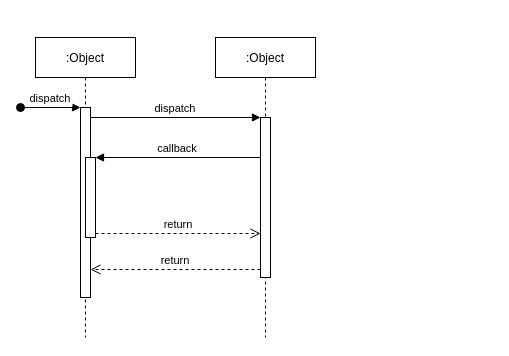
Before: src/main/resources/documentation/ds-create-task.drawio in hermscoder/taskme-app, a draw.io diagram. Source tidied: cells renumbered, new cells numbered last; positions are measured from the earlier drawing's top-left corner, leaving out a move shared by most shapes. Both pictures are drawn from the tidied source at 100%, with x=0, y=0 at pixel (20, 37).
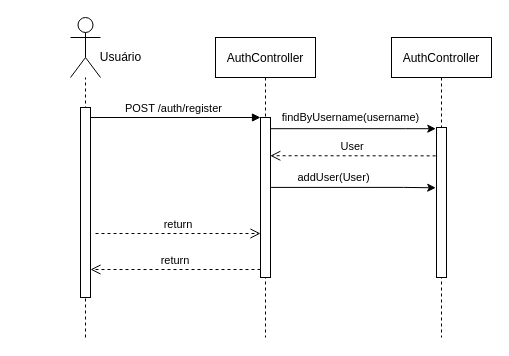
The same diagram, later.

The change refers to these unchanged cells:
```xml
<mxCell id="7" style="points=[];perimeter=orthogonalPerimeter;rounded=0;shadow=0;strokeWidth=1;" parent="6" vertex="1">
  <mxGeometry x="45" y="80" width="10" height="160" as="geometry" />
</mxCell>
```

What changed in the source:
```diff
@@
-    <mxCell id="2" value=":Object" style="shape=umlLifeline;perimeter=lifelinePerimeter;rounded=0;shadow=0;strokeWidth=1;" parent="1" vertex="1">
-      <mxGeometry x="15" width="100" height="300" as="geometry" />
-    </mxCell>
-    <mxCell id="3" style="points=[];perimeter=orthogonalPerimeter;rounded=0;shadow=0;strokeWidth=1;" parent="2" vertex="1">
-      <mxGeometry x="45" y="70" width="10" height="190" as="geometry" />
-    </mxCell>
-    <mxCell id="4" value="dispatch" style="verticalAlign=bottom;startArrow=oval;endArrow=block;startSize=8;shadow=0;strokeWidth=1;" parent="2" edge="1" target="3">
-      <mxGeometry relative="1" as="geometry">
-        <mxPoint x="-15" y="70" as="sourcePoint" />
-      </mxGeometry>
-    </mxCell>
-    <mxCell id="5" style="points=[];perimeter=orthogonalPerimeter;rounded=0;shadow=0;strokeWidth=1;" parent="2" vertex="1">
-      <mxGeometry x="50" y="120" width="10" height="80" as="geometry" />
-    </mxCell>
+    <mxCell id="12" style="endArrow=none;dashed=1;html=1;" parent="1" edge="1">
+      <mxGeometry relative="1" as="geometry">
+        <mxPoint x="65" y="300" as="sourcePoint" />
+        <mxPoint x="65" y="40" as="targetPoint" />
+      </mxGeometry>
+    </mxCell>
-    <mxCell id="6" value=":Object" style="shape=umlLifeline;perimeter=lifelinePerimeter;rounded=0;shadow=0;strokeWidth=1;" parent="1" vertex="1">
+    <mxCell id="6" value="AuthController" style="shape=umlLifeline;perimeter=lifelinePerimeter;rounded=0;shadow=0;strokeWidth=1;" parent="1" vertex="1">
       <mxGeometry x="195" width="100" height="300" as="geometry" />
     </mxCell>
@@
-    <mxCell id="9" value="dispatch" style="verticalAlign=bottom;endArrow=block;entryX=0;entryY=0;shadow=0;strokeWidth=1;" parent="1" edge="1" source="3" target="7">
+    <mxCell id="9" value="POST /auth/register " style="verticalAlign=bottom;endArrow=block;entryX=0;entryY=0;shadow=0;strokeWidth=1;" parent="1" edge="1" source="3" target="7">
       <mxGeometry relative="1" as="geometry" />
     </mxCell>
-    <mxCell id="10" value="callback" style="verticalAlign=bottom;endArrow=block;entryX=1;entryY=0;shadow=0;strokeWidth=1;" parent="1" edge="1" source="7" target="5">
-      <mxGeometry relative="1" as="geometry" />
-    </mxCell>
-    <mxCell id="11" value="return" style="verticalAlign=bottom;endArrow=open;dashed=1;endSize=8;exitX=1;exitY=0.95;shadow=0;strokeWidth=1;" parent="1" edge="1" source="5" target="7">
-      <mxGeometry relative="1" as="geometry" />
+    <mxCell id="11" value="return" style="verticalAlign=bottom;endArrow=open;dashed=1;endSize=8;exitX=1;exitY=0.95;shadow=0;strokeWidth=1;" parent="1" edge="1" target="7">
+      <mxGeometry relative="1" as="geometry">
+        <mxPoint x="75" y="196" as="sourcePoint" />
+      </mxGeometry>
     </mxCell>
+    <mxCell id="3" style="points=[];perimeter=orthogonalPerimeter;rounded=0;shadow=0;strokeWidth=1;" parent="1" vertex="1">
+      <mxGeometry x="60" y="70" width="10" height="190" as="geometry" />
+    </mxCell>
+    <mxCell id="13" style="group;" parent="1" vertex="1">
+      <mxGeometry x="50" y="-20" width="80" height="60" as="geometry" />
+    </mxCell>
+    <mxCell id="14" style="shape=umlActor;verticalLabelPosition=right;verticalAlign=top;html=1;" parent="13" vertex="1">
+      <mxGeometry width="30" height="60" as="geometry" />
+    </mxCell>
+    <mxCell id="15" value="Usuário" style="text;html=1;align=center;verticalAlign=middle;" parent="13" vertex="1">
+      <mxGeometry x="20" y="30" width="60" height="20" as="geometry" />
+    </mxCell>
+    <mxCell id="16" value="AuthController" style="shape=umlLifeline;perimeter=lifelinePerimeter;rounded=0;shadow=0;strokeWidth=1;" parent="1" vertex="1">
+      <mxGeometry x="371" width="100" height="300" as="geometry" />
+    </mxCell>
+    <mxCell id="17" style="points=[];perimeter=orthogonalPerimeter;rounded=0;shadow=0;strokeWidth=1;" parent="16" vertex="1">
+      <mxGeometry x="45" y="90" width="10" height="150" as="geometry" />
+    </mxCell>
+    <mxCell id="18" style="edgeStyle=orthogonalEdgeStyle;rounded=0;jettySize=auto;html=1;entryX=-0.07;entryY=0.008;entryDx=0;entryDy=0;entryPerimeter=0;" parent="1" edge="1" source="7" target="17">
+      <mxGeometry relative="1" as="geometry">
+        <Array as="points">
+          <mxPoint x="385" y="91" />
+        </Array>
+      </mxGeometry>
+    </mxCell>
+    <mxCell id="19" value="&lt;font style=&quot;font-size: 11px&quot;&gt;findByUsername(username)&lt;/font&gt;" style="text;html=1;align=center;verticalAlign=middle;" parent="1" vertex="1">
+      <mxGeometry x="255" y="70" width="150" height="20" as="geometry" />
+    </mxCell>
+    <mxCell id="20" value="User" style="verticalAlign=bottom;endArrow=open;dashed=1;endSize=8;shadow=0;strokeWidth=1;entryX=0.98;entryY=0.239;entryDx=0;entryDy=0;entryPerimeter=0;exitX=-0.087;exitY=0.189;exitDx=0;exitDy=0;exitPerimeter=0;" parent="1" edge="1" source="17" target="7">
+      <mxGeometry relative="1" as="geometry" />
+    </mxCell>
+    <mxCell id="21" style="edgeStyle=orthogonalEdgeStyle;rounded=0;jettySize=auto;html=1;entryX=-0.077;entryY=0.402;entryDx=0;entryDy=0;entryPerimeter=0;exitX=1.06;exitY=0.437;exitDx=0;exitDy=0;exitPerimeter=0;" parent="1" edge="1" source="7" target="17">
+      <mxGeometry relative="1" as="geometry">
+        <Array as="points">
+          <mxPoint x="383" y="150" />
+        </Array>
+      </mxGeometry>
+    </mxCell>
+    <mxCell id="22" value="&lt;font style=&quot;font-size: 11px&quot;&gt;addUser(User)&lt;/font&gt;" style="text;html=1;align=center;verticalAlign=middle;" parent="1" vertex="1">
+      <mxGeometry x="267.5" y="130" width="90" height="20" as="geometry" />
+    </mxCell>
```
